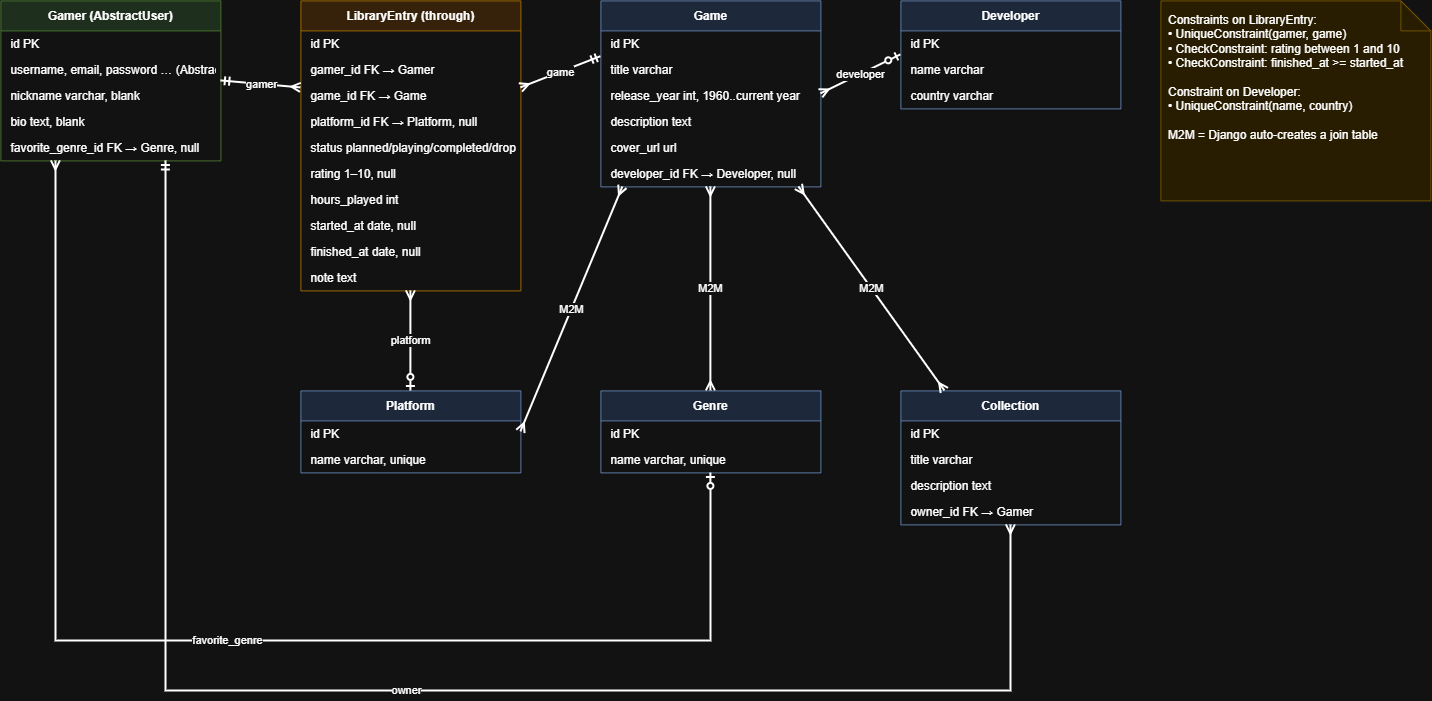
Above: docs/backlog_vault_db.png in CemXokenc/backlog_vault (draw.io), before the change. Source tidied: cells renumbered, new cells last; positions are measured from the earlier drawing's top-left corner, leaving out a move shared by most shapes.
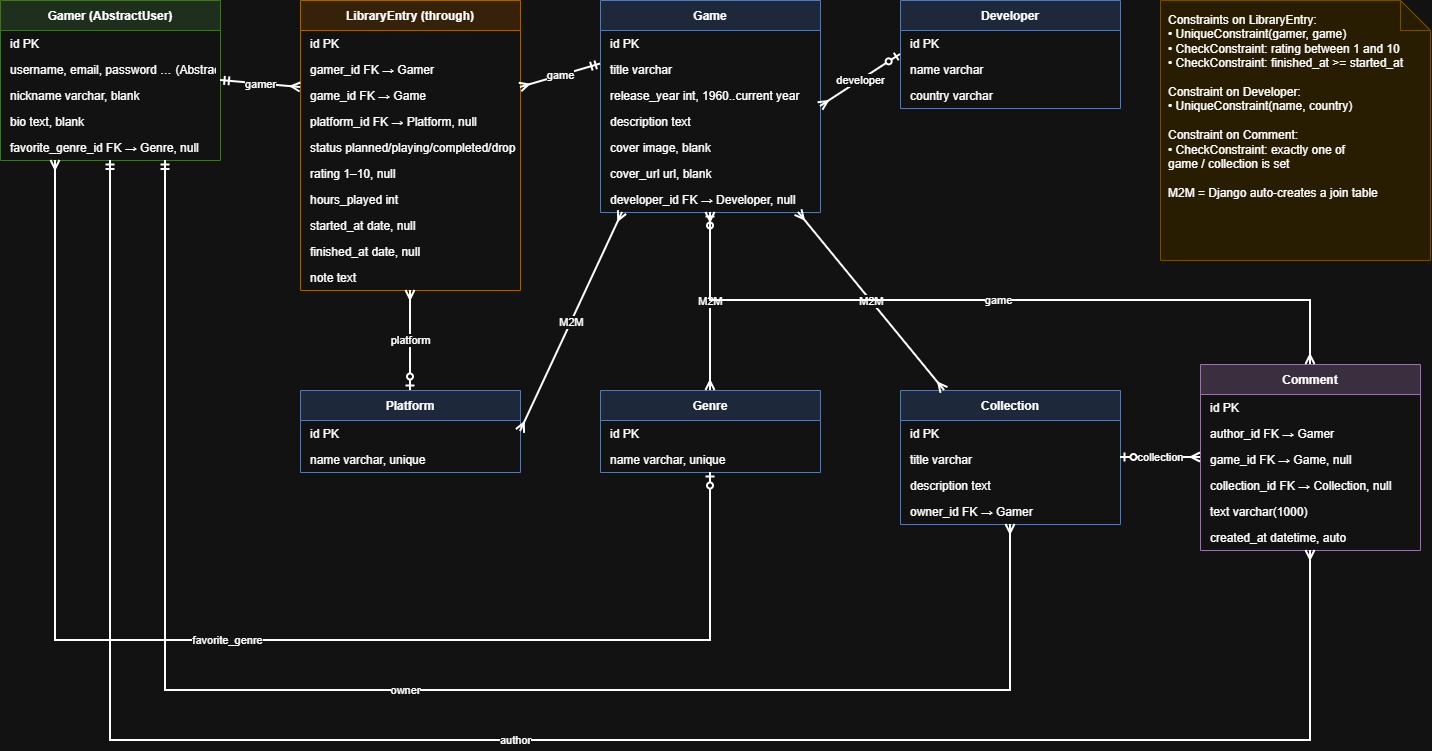
Later version of the same file.

Commit message:
update DB diagram with Comment model

What changed in the source:
```diff
@@ -54,7 +54,7 @@
       <mxGeometry y="264" width="220" height="26" as="geometry" />
     </mxCell>
     <mxCell id="19" value="Game" style="swimlane;fontStyle=1;horizontal=1;startSize=30;fillColor=#dae8fc;strokeColor=#6c8ebf;" parent="1" vertex="1">
-      <mxGeometry x="600" width="220" height="186" as="geometry" />
+      <mxGeometry x="600" width="220" height="212" as="geometry" />
     </mxCell>
     <mxCell id="20" value="id  PK" style="text;strokeColor=none;fillColor=none;align=left;verticalAlign=middle;spacingLeft=8;spacingRight=4;overflow=hidden;fontSize=12;" parent="19" vertex="1">
       <mxGeometry y="30" width="220" height="26" as="geometry" />
@@ -68,96 +68,139 @@
     <mxCell id="23" value="description  text" style="text;strokeColor=none;fillColor=none;align=left;verticalAlign=middle;spacingLeft=8;spacingRight=4;overflow=hidden;fontSize=12;" parent="19" vertex="1">
       <mxGeometry y="108" width="220" height="26" as="geometry" />
     </mxCell>
-    <mxCell id="24" value="cover_url  url" style="text;strokeColor=none;fillColor=none;align=left;verticalAlign=middle;spacingLeft=8;spacingRight=4;overflow=hidden;fontSize=12;" parent="19" vertex="1">
+    <mxCell id="24" value="cover  image, blank" style="text;strokeColor=none;fillColor=none;align=left;verticalAlign=middle;spacingLeft=8;spacingRight=4;overflow=hidden;fontSize=12;" parent="19" vertex="1">
       <mxGeometry y="134" width="220" height="26" as="geometry" />
     </mxCell>
-    <mxCell id="25" value="developer_id  FK → Developer, null" style="text;strokeColor=none;fillColor=none;align=left;verticalAlign=middle;spacingLeft=8;spacingRight=4;overflow=hidden;fontSize=12;" parent="19" vertex="1">
+    <mxCell id="25" value="cover_url  url, blank" style="text;strokeColor=none;fillColor=none;align=left;verticalAlign=middle;spacingLeft=8;spacingRight=4;overflow=hidden;fontSize=12;" parent="19" vertex="1">
       <mxGeometry y="160" width="220" height="26" as="geometry" />
     </mxCell>
+    <mxCell id="27" value="developer_id  FK → Developer, null" style="text;strokeColor=none;fillColor=none;align=left;verticalAlign=middle;spacingLeft=8;spacingRight=4;overflow=hidden;fontSize=12;" parent="19" vertex="1">
+      <mxGeometry y="186" width="220" height="26" as="geometry" />
+    </mxCell>
     <mxCell id="26" value="Developer" style="swimlane;fontStyle=1;horizontal=1;startSize=30;fillColor=#dae8fc;strokeColor=#6c8ebf;" parent="1" vertex="1">
       <mxGeometry x="900" width="220" height="108" as="geometry" />
     </mxCell>
-    <mxCell id="27" value="id  PK" style="text;strokeColor=none;fillColor=none;align=left;verticalAlign=middle;spacingLeft=8;spacingRight=4;overflow=hidden;fontSize=12;" parent="26" vertex="1">
-      <mxGeometry y="30" width="220" height="26" as="geometry" />
-    </mxCell>
-    <mxCell id="28" value="name  varchar" style="text;strokeColor=none;fillColor=none;align=left;verticalAlign=middle;spacingLeft=8;spacingRight=4;overflow=hidden;fontSize=12;" parent="26" vertex="1">
-      <mxGeometry y="56" width="220" height="26" as="geometry" />
+    <mxCell id="28" value="id  PK" style="text;strokeColor=none;fillColor=none;align=left;verticalAlign=middle;spacingLeft=8;spacingRight=4;overflow=hidden;fontSize=12;" parent="26" vertex="1">
+      <mxGeometry y="30" width="220" height="26" as="geometry" />
     </mxCell>
-    <mxCell id="29" value="country  varchar" style="text;strokeColor=none;fillColor=none;align=left;verticalAlign=middle;spacingLeft=8;spacingRight=4;overflow=hidden;fontSize=12;" parent="26" vertex="1">
-      <mxGeometry y="82" width="220" height="26" as="geometry" />
+    <mxCell id="29" value="name  varchar" style="text;strokeColor=none;fillColor=none;align=left;verticalAlign=middle;spacingLeft=8;spacingRight=4;overflow=hidden;fontSize=12;" parent="26" vertex="1">
+      <mxGeometry y="56" width="220" height="26" as="geometry" />
     </mxCell>
+    <mxCell id="31" value="country  varchar" style="text;strokeColor=none;fillColor=none;align=left;verticalAlign=middle;spacingLeft=8;spacingRight=4;overflow=hidden;fontSize=12;" parent="26" vertex="1">
+      <mxGeometry y="82" width="220" height="26" as="geometry" />
+    </mxCell>
     <mxCell id="30" value="Platform" style="swimlane;fontStyle=1;horizontal=1;startSize=30;fillColor=#dae8fc;strokeColor=#6c8ebf;" parent="1" vertex="1">
       <mxGeometry x="300" y="390" width="220" height="82" as="geometry" />
     </mxCell>
-    <mxCell id="31" value="id  PK" style="text;strokeColor=none;fillColor=none;align=left;verticalAlign=middle;spacingLeft=8;spacingRight=4;overflow=hidden;fontSize=12;" parent="30" vertex="1">
-      <mxGeometry y="30" width="220" height="26" as="geometry" />
-    </mxCell>
-    <mxCell id="32" value="name  varchar, unique" style="text;strokeColor=none;fillColor=none;align=left;verticalAlign=middle;spacingLeft=8;spacingRight=4;overflow=hidden;fontSize=12;" parent="30" vertex="1">
-      <mxGeometry y="56" width="220" height="26" as="geometry" />
+    <mxCell id="32" value="id  PK" style="text;strokeColor=none;fillColor=none;align=left;verticalAlign=middle;spacingLeft=8;spacingRight=4;overflow=hidden;fontSize=12;" parent="30" vertex="1">
+      <mxGeometry y="30" width="220" height="26" as="geometry" />
     </mxCell>
+    <mxCell id="34" value="name  varchar, unique" style="text;strokeColor=none;fillColor=none;align=left;verticalAlign=middle;spacingLeft=8;spacingRight=4;overflow=hidden;fontSize=12;" parent="30" vertex="1">
+      <mxGeometry y="56" width="220" height="26" as="geometry" />
+    </mxCell>
     <mxCell id="33" value="Genre" style="swimlane;fontStyle=1;horizontal=1;startSize=30;fillColor=#dae8fc;strokeColor=#6c8ebf;" parent="1" vertex="1">
       <mxGeometry x="600" y="390" width="220" height="82" as="geometry" />
     </mxCell>
-    <mxCell id="34" value="id  PK" style="text;strokeColor=none;fillColor=none;align=left;verticalAlign=middle;spacingLeft=8;spacingRight=4;overflow=hidden;fontSize=12;" parent="33" vertex="1">
-      <mxGeometry y="30" width="220" height="26" as="geometry" />
-    </mxCell>
-    <mxCell id="35" value="name  varchar, unique" style="text;strokeColor=none;fillColor=none;align=left;verticalAlign=middle;spacingLeft=8;spacingRight=4;overflow=hidden;fontSize=12;" parent="33" vertex="1">
-      <mxGeometry y="56" width="220" height="26" as="geometry" />
+    <mxCell id="35" value="id  PK" style="text;strokeColor=none;fillColor=none;align=left;verticalAlign=middle;spacingLeft=8;spacingRight=4;overflow=hidden;fontSize=12;" parent="33" vertex="1">
+      <mxGeometry y="30" width="220" height="26" as="geometry" />
     </mxCell>
+    <mxCell id="37" value="name  varchar, unique" style="text;strokeColor=none;fillColor=none;align=left;verticalAlign=middle;spacingLeft=8;spacingRight=4;overflow=hidden;fontSize=12;" parent="33" vertex="1">
+      <mxGeometry y="56" width="220" height="26" as="geometry" />
+    </mxCell>
     <mxCell id="36" value="Collection" style="swimlane;fontStyle=1;horizontal=1;startSize=30;fillColor=#dae8fc;strokeColor=#6c8ebf;" parent="1" vertex="1">
       <mxGeometry x="900" y="390" width="220" height="134" as="geometry" />
     </mxCell>
-    <mxCell id="37" value="id  PK" style="text;strokeColor=none;fillColor=none;align=left;verticalAlign=middle;spacingLeft=8;spacingRight=4;overflow=hidden;fontSize=12;" parent="36" vertex="1">
-      <mxGeometry y="30" width="220" height="26" as="geometry" />
-    </mxCell>
-    <mxCell id="38" value="title  varchar" style="text;strokeColor=none;fillColor=none;align=left;verticalAlign=middle;spacingLeft=8;spacingRight=4;overflow=hidden;fontSize=12;" parent="36" vertex="1">
-      <mxGeometry y="56" width="220" height="26" as="geometry" />
+    <mxCell id="38" value="id  PK" style="text;strokeColor=none;fillColor=none;align=left;verticalAlign=middle;spacingLeft=8;spacingRight=4;overflow=hidden;fontSize=12;" parent="36" vertex="1">
+      <mxGeometry y="30" width="220" height="26" as="geometry" />
     </mxCell>
-    <mxCell id="39" value="description  text" style="text;strokeColor=none;fillColor=none;align=left;verticalAlign=middle;spacingLeft=8;spacingRight=4;overflow=hidden;fontSize=12;" parent="36" vertex="1">
-      <mxGeometry y="82" width="220" height="26" as="geometry" />
+    <mxCell id="39" value="title  varchar" style="text;strokeColor=none;fillColor=none;align=left;verticalAlign=middle;spacingLeft=8;spacingRight=4;overflow=hidden;fontSize=12;" parent="36" vertex="1">
+      <mxGeometry y="56" width="220" height="26" as="geometry" />
     </mxCell>
-    <mxCell id="40" value="owner_id  FK → Gamer" style="text;strokeColor=none;fillColor=none;align=left;verticalAlign=middle;spacingLeft=8;spacingRight=4;overflow=hidden;fontSize=12;" parent="36" vertex="1">
-      <mxGeometry y="108" width="220" height="26" as="geometry" />
+    <mxCell id="40" value="description  text" style="text;strokeColor=none;fillColor=none;align=left;verticalAlign=middle;spacingLeft=8;spacingRight=4;overflow=hidden;fontSize=12;" parent="36" vertex="1">
+      <mxGeometry y="82" width="220" height="26" as="geometry" />
     </mxCell>
-    <mxCell id="41" value="gamer" style="html=1;rounded=0;startArrow=ERmany;endArrow=ERmandOne;startFill=0;endFill=0;strokeWidth=2;exitX=0;exitY=0.3;entryX=1;entryY=0.5;" parent="1" edge="1" source="8" target="2">
-      <mxGeometry relative="1" as="geometry" />
+    <mxCell id="41" value="owner_id  FK → Gamer" style="text;strokeColor=none;fillColor=none;align=left;verticalAlign=middle;spacingLeft=8;spacingRight=4;overflow=hidden;fontSize=12;" parent="36" vertex="1">
+      <mxGeometry y="108" width="220" height="26" as="geometry" />
     </mxCell>
-    <mxCell id="42" value="game" style="html=1;rounded=0;startArrow=ERmany;endArrow=ERmandOne;startFill=0;endFill=0;strokeWidth=2;exitX=1;exitY=0.3;entryX=0;entryY=0.3;" parent="1" edge="1" source="8" target="19">
+    <mxCell id="42" value="gamer" style="html=1;rounded=0;startArrow=ERmany;endArrow=ERmandOne;startFill=0;endFill=0;strokeWidth=2;exitX=0;exitY=0.3;entryX=1;entryY=0.5;" parent="1" edge="1" source="8" target="2">
       <mxGeometry relative="1" as="geometry" />
     </mxCell>
-    <mxCell id="43" value="developer" style="html=1;rounded=0;startArrow=ERmany;endArrow=ERzeroToOne;startFill=0;endFill=0;strokeWidth=2;exitX=1;exitY=0.5;entryX=0;entryY=0.5;" parent="1" edge="1" source="19" target="26">
+    <mxCell id="43" value="game" style="html=1;rounded=0;startArrow=ERmany;endArrow=ERmandOne;startFill=0;endFill=0;strokeWidth=2;exitX=1;exitY=0.3;entryX=0;entryY=0.3;" parent="1" edge="1" source="8" target="19">
       <mxGeometry relative="1" as="geometry" />
     </mxCell>
-    <mxCell id="44" value="platform" style="html=1;rounded=0;startArrow=ERmany;endArrow=ERzeroToOne;startFill=0;endFill=0;strokeWidth=2;exitX=0.5;exitY=1;entryX=0.5;entryY=0;" parent="1" edge="1" source="8" target="30">
+    <mxCell id="44" value="developer" style="html=1;rounded=0;startArrow=ERmany;endArrow=ERzeroToOne;startFill=0;endFill=0;strokeWidth=2;exitX=1;exitY=0.5;entryX=0;entryY=0.5;" parent="1" edge="1" source="19" target="26">
       <mxGeometry relative="1" as="geometry" />
     </mxCell>
-    <mxCell id="45" value="M2M" style="html=1;rounded=0;startArrow=ERmany;endArrow=ERmany;startFill=0;endFill=0;strokeWidth=2;exitX=0.5;exitY=1;entryX=0.5;entryY=0;" parent="1" edge="1" source="19" target="33">
+    <mxCell id="45" value="platform" style="html=1;rounded=0;startArrow=ERmany;endArrow=ERzeroToOne;startFill=0;endFill=0;strokeWidth=2;exitX=0.5;exitY=1;entryX=0.5;entryY=0;" parent="1" edge="1" source="8" target="30">
       <mxGeometry relative="1" as="geometry" />
     </mxCell>
-    <mxCell id="46" value="M2M" style="html=1;rounded=0;startArrow=ERmany;endArrow=ERmany;startFill=0;endFill=0;strokeWidth=2;exitX=0.1;exitY=1;entryX=1;entryY=0.5;" parent="1" edge="1" source="19" target="30">
+    <mxCell id="46" value="M2M" style="html=1;rounded=0;startArrow=ERmany;endArrow=ERmany;startFill=0;endFill=0;strokeWidth=2;exitX=0.5;exitY=1;entryX=0.5;entryY=0;" parent="1" edge="1" source="19" target="33">
       <mxGeometry relative="1" as="geometry" />
     </mxCell>
-    <mxCell id="47" value="M2M" style="html=1;rounded=0;startArrow=ERmany;endArrow=ERmany;startFill=0;endFill=0;strokeWidth=2;exitX=0.2;exitY=0;entryX=0.9;entryY=1;" parent="1" edge="1" source="36" target="19">
+    <mxCell id="47" value="M2M" style="html=1;rounded=0;startArrow=ERmany;endArrow=ERmany;startFill=0;endFill=0;strokeWidth=2;exitX=0.1;exitY=1;entryX=1;entryY=0.5;" parent="1" edge="1" source="19" target="30">
       <mxGeometry relative="1" as="geometry" />
     </mxCell>
-    <mxCell id="48" value="favorite_genre" style="html=1;rounded=0;startArrow=ERmany;endArrow=ERzeroToOne;startFill=0;endFill=0;strokeWidth=2;edgeStyle=orthogonalEdgeStyle;exitX=0.25;exitY=1;entryX=0.5;entryY=1;" parent="1" edge="1" source="2" target="33">
-      <mxGeometry relative="1" as="geometry">
-        <Array as="points">
-          <mxPoint x="55" y="640" />
-          <mxPoint x="710" y="640" />
-        </Array>
-      </mxGeometry>
+    <mxCell id="48" value="M2M" style="html=1;rounded=0;startArrow=ERmany;endArrow=ERmany;startFill=0;endFill=0;strokeWidth=2;exitX=0.2;exitY=0;entryX=0.9;entryY=1;" parent="1" edge="1" source="36" target="19">
+      <mxGeometry relative="1" as="geometry" />
     </mxCell>
-    <mxCell id="49" value="owner" style="html=1;rounded=0;startArrow=ERmany;endArrow=ERmandOne;startFill=0;endFill=0;strokeWidth=2;edgeStyle=orthogonalEdgeStyle;exitX=0.5;exitY=1;entryX=0.75;entryY=1;" parent="1" edge="1" source="36" target="2">
+    <mxCell id="49" value="favorite_genre" style="html=1;rounded=0;startArrow=ERmany;endArrow=ERzeroToOne;startFill=0;endFill=0;strokeWidth=2;edgeStyle=orthogonalEdgeStyle;exitX=0.25;exitY=1;entryX=0.5;entryY=1;" parent="1" edge="1" source="2" target="33">
       <mxGeometry relative="1" as="geometry">
         <Array as="points">
-          <mxPoint x="1010" y="690" />
-          <mxPoint x="165" y="690" />
+          <mxPoint x="55" y="640" />
+          <mxPoint x="710" y="640" />
         </Array>
       </mxGeometry>
     </mxCell>
+    <mxCell id="51" value="owner" style="html=1;rounded=0;startArrow=ERmany;endArrow=ERmandOne;startFill=0;endFill=0;strokeWidth=2;edgeStyle=orthogonalEdgeStyle;exitX=0.5;exitY=1;entryX=0.75;entryY=1;" parent="1" edge="1" source="36" target="2">
+      <mxGeometry relative="1" as="geometry">
+        <Array as="points">
+          <mxPoint x="1010" y="690" />
+          <mxPoint x="165" y="690" />
+        </Array>
+      </mxGeometry>
+    </mxCell>
+    <mxCell id="52" value="Comment" style="swimlane;fontStyle=1;horizontal=1;startSize=30;fillColor=#e1d5e7;strokeColor=#9673a6;" parent="1" vertex="1">
+      <mxGeometry x="1200" y="364" width="220" height="186" as="geometry" />
+    </mxCell>
+    <mxCell id="53" value="id  PK" style="text;strokeColor=none;fillColor=none;align=left;verticalAlign=middle;spacingLeft=8;spacingRight=4;overflow=hidden;fontSize=12;" parent="52" vertex="1">
+      <mxGeometry y="30" width="220" height="26" as="geometry" />
+    </mxCell>
+    <mxCell id="54" value="author_id  FK → Gamer" style="text;strokeColor=none;fillColor=none;align=left;verticalAlign=middle;spacingLeft=8;spacingRight=4;overflow=hidden;fontSize=12;" parent="52" vertex="1">
+      <mxGeometry y="56" width="220" height="26" as="geometry" />
+    </mxCell>
+    <mxCell id="55" value="game_id  FK → Game, null" style="text;strokeColor=none;fillColor=none;align=left;verticalAlign=middle;spacingLeft=8;spacingRight=4;overflow=hidden;fontSize=12;" parent="52" vertex="1">
+      <mxGeometry y="82" width="220" height="26" as="geometry" />
+    </mxCell>
+    <mxCell id="56" value="collection_id  FK → Collection, null" style="text;strokeColor=none;fillColor=none;align=left;verticalAlign=middle;spacingLeft=8;spacingRight=4;overflow=hidden;fontSize=12;" parent="52" vertex="1">
+      <mxGeometry y="108" width="220" height="26" as="geometry" />
+    </mxCell>
+    <mxCell id="57" value="text  varchar(1000)" style="text;strokeColor=none;fillColor=none;align=left;verticalAlign=middle;spacingLeft=8;spacingRight=4;overflow=hidden;fontSize=12;" parent="52" vertex="1">
+      <mxGeometry y="134" width="220" height="26" as="geometry" />
+    </mxCell>
+    <mxCell id="58" value="created_at  datetime, auto" style="text;strokeColor=none;fillColor=none;align=left;verticalAlign=middle;spacingLeft=8;spacingRight=4;overflow=hidden;fontSize=12;" parent="52" vertex="1">
+      <mxGeometry y="160" width="220" height="26" as="geometry" />
+    </mxCell>
+    <mxCell id="59" value="collection" style="html=1;rounded=0;startArrow=ERmany;startFill=0;endFill=0;strokeWidth=2;endArrow=ERzeroToOne;exitX=0;exitY=0.5;entryX=1;entryY=0.5;" parent="1" edge="1" source="52" target="36">
+      <mxGeometry relative="1" as="geometry" />
+    </mxCell>
+    <mxCell id="60" value="game" style="html=1;rounded=0;startArrow=ERmany;startFill=0;endFill=0;strokeWidth=2;endArrow=ERzeroToOne;edgeStyle=orthogonalEdgeStyle;exitX=0.5;exitY=0;entryX=0.5;entryY=1;" parent="1" edge="1" source="52" target="19">
+      <mxGeometry relative="1" as="geometry">
+        <Array as="points">
+          <mxPoint x="1310" y="300" />
+          <mxPoint x="710" y="300" />
+        </Array>
+      </mxGeometry>
+    </mxCell>
+    <mxCell id="61" value="author" style="html=1;rounded=0;startArrow=ERmany;startFill=0;endFill=0;strokeWidth=2;endArrow=ERmandOne;edgeStyle=orthogonalEdgeStyle;exitX=0.5;exitY=1;entryX=0.5;entryY=1;" parent="1" edge="1" source="52" target="2">
+      <mxGeometry relative="1" as="geometry">
+        <Array as="points">
+          <mxPoint x="1310" y="740" />
+          <mxPoint x="110" y="740" />
+        </Array>
+      </mxGeometry>
+    </mxCell>
-    <mxCell id="50" value="Constraints on LibraryEntry:&#10;• UniqueConstraint(gamer, game)&#10;• CheckConstraint: rating between 1 and 10&#10;• CheckConstraint: finished_at &gt;= started_at&#10;&#10;Constraint on Developer:&#10;• UniqueConstraint(name, country)&#10;&#10;M2M = Django auto-creates a join table" style="shape=note;whiteSpace=wrap;html=1;align=left;verticalAlign=top;spacing=8;fillColor=#fff2cc;strokeColor=#d6b656;" parent="1" vertex="1">
-      <mxGeometry x="1160" width="270" height="200" as="geometry" />
+    <mxCell id="50" value="Constraints on LibraryEntry:&#10;• UniqueConstraint(gamer, game)&#10;• CheckConstraint: rating between 1 and 10&#10;• CheckConstraint: finished_at &gt;= started_at&#10;&#10;Constraint on Developer:&#10;• UniqueConstraint(name, country)&#10;&#10;Constraint on Comment:&#10;• CheckConstraint: exactly one of&#10;  game / collection is set&#10;&#10;M2M = Django auto-creates a join table" style="shape=note;whiteSpace=wrap;html=1;align=left;verticalAlign=top;spacing=8;fillColor=#fff2cc;strokeColor=#d6b656;" parent="1" vertex="1">
+      <mxGeometry x="1160" width="270" height="260" as="geometry" />
     </mxCell>
   </root>
 </mxGraphModel>
```
